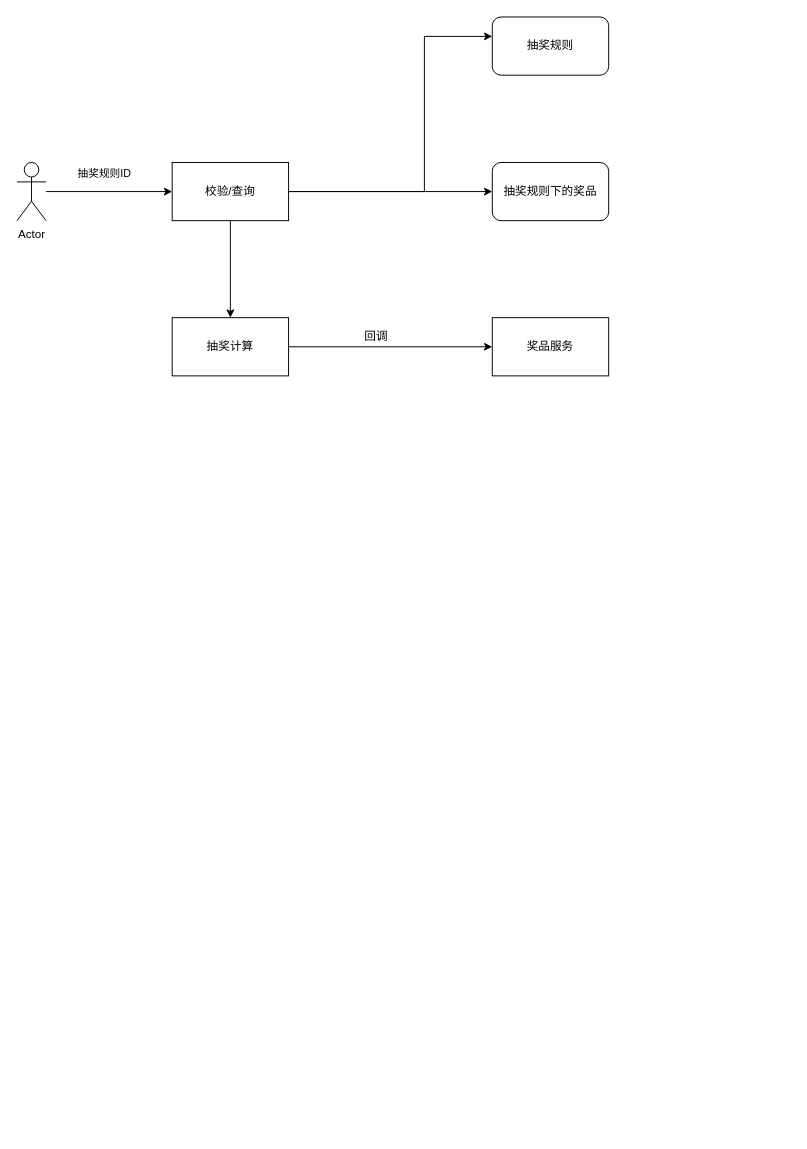
The draw.io diagram Untitled Diagram.drawio in YangJuly/FigureBed, before the edit. Source tidied: cells renumbered, new cells numbered last; positions are measured from the earlier drawing's top-left corner, leaving out a move shared by most shapes. Both pictures are drawn from the tidied source at 97%, with x=0, y=0 at pixel (16, 16).
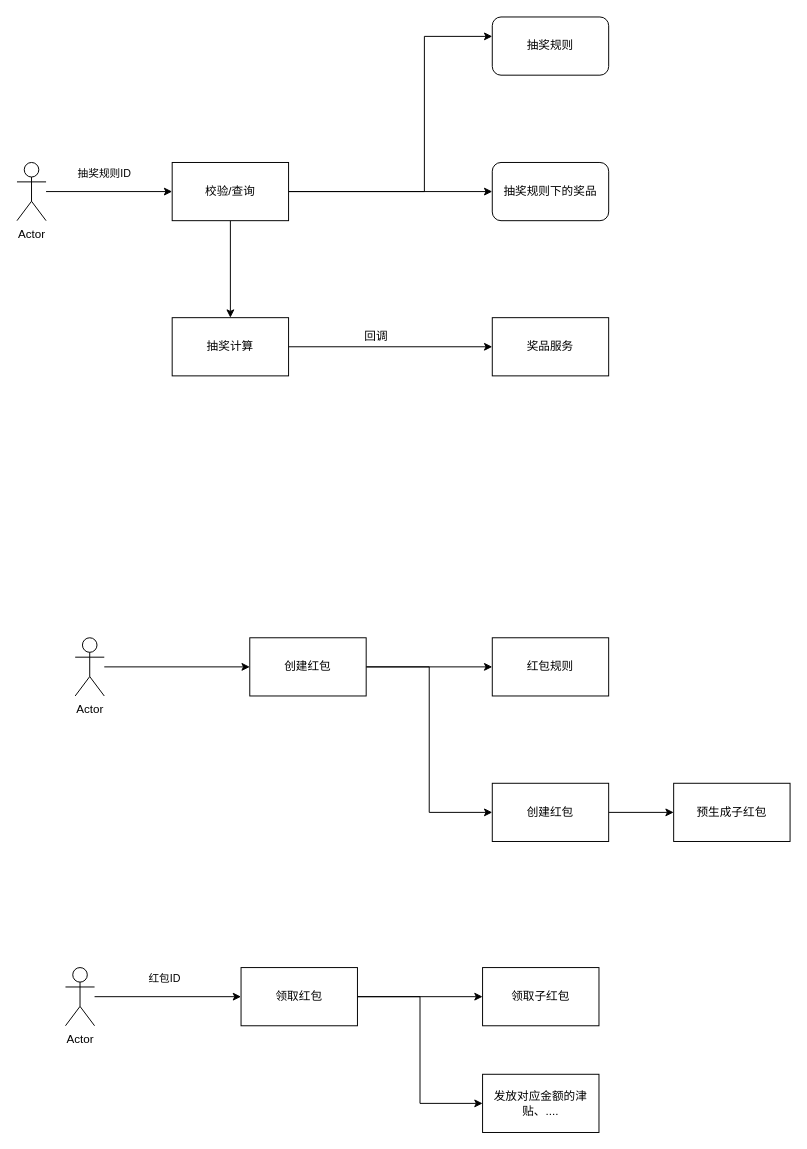
The same page after the edit.

What changed in the source:
```diff
@@
+    <mxCell id="15" style="edgeStyle=orthogonalEdgeStyle;rounded=0;jettySize=auto;html=1;" parent="1" edge="1" source="17" target="18">
+      <mxGeometry relative="1" as="geometry" />
+    </mxCell>
+    <mxCell id="16" style="edgeStyle=orthogonalEdgeStyle;rounded=0;jettySize=auto;html=1;entryX=0;entryY=0.5;entryDx=0;entryDy=0;" parent="1" edge="1" source="17" target="28">
+      <mxGeometry relative="1" as="geometry" />
+    </mxCell>
+    <mxCell id="17" value="创建红包" style="rounded=0;whiteSpace=wrap;html=1;" parent="1" vertex="1">
+      <mxGeometry x="240" y="640" width="120" height="60" as="geometry" />
+    </mxCell>
+    <mxCell id="18" value="红包规则" style="rounded=0;whiteSpace=wrap;html=1;" parent="1" vertex="1">
+      <mxGeometry x="490" y="640" width="120" height="60" as="geometry" />
+    </mxCell>
+    <mxCell id="19" style="edgeStyle=orthogonalEdgeStyle;rounded=0;jettySize=auto;html=1;" parent="1" edge="1" source="20" target="17">
+      <mxGeometry relative="1" as="geometry" />
+    </mxCell>
+    <mxCell id="20" value="Actor" style="shape=umlActor;verticalLabelPosition=bottom;verticalAlign=top;html=1;outlineConnect=0;" parent="1" vertex="1">
+      <mxGeometry x="60" y="640" width="30" height="60" as="geometry" />
+    </mxCell>
+    <mxCell id="21" style="edgeStyle=orthogonalEdgeStyle;rounded=0;jettySize=auto;html=1;" parent="1" edge="1" source="23" target="29">
+      <mxGeometry relative="1" as="geometry" />
+    </mxCell>
+    <mxCell id="22" style="edgeStyle=orthogonalEdgeStyle;rounded=0;jettySize=auto;html=1;entryX=0;entryY=0.5;entryDx=0;entryDy=0;" parent="1" edge="1" source="23" target="30">
+      <mxGeometry relative="1" as="geometry" />
+    </mxCell>
+    <mxCell id="23" value="领取红包" style="rounded=0;whiteSpace=wrap;html=1;" parent="1" vertex="1">
+      <mxGeometry x="231" y="980" width="120" height="60" as="geometry" />
+    </mxCell>
+    <mxCell id="24" style="edgeStyle=orthogonalEdgeStyle;rounded=0;jettySize=auto;html=1;entryX=0;entryY=0.5;entryDx=0;entryDy=0;" parent="1" edge="1" source="26" target="23">
+      <mxGeometry relative="1" as="geometry" />
+    </mxCell>
+    <mxCell id="25" value="红包ID" style="edgeLabel;html=1;align=center;verticalAlign=middle;" parent="24" vertex="1">
+      <mxGeometry x="-0.12" y="5" relative="1" as="geometry">
+        <mxPoint x="5.1" y="-15" as="offset" />
+      </mxGeometry>
+    </mxCell>
+    <mxCell id="26" value="Actor" style="shape=umlActor;verticalLabelPosition=bottom;verticalAlign=top;html=1;outlineConnect=0;" parent="1" vertex="1">
+      <mxGeometry x="50" y="980" width="30" height="60" as="geometry" />
+    </mxCell>
+    <mxCell id="27" style="edgeStyle=orthogonalEdgeStyle;rounded=0;jettySize=auto;html=1;" parent="1" edge="1" source="28" target="31">
+      <mxGeometry relative="1" as="geometry" />
+    </mxCell>
+    <mxCell id="28" value="创建红包" style="rounded=0;whiteSpace=wrap;html=1;" parent="1" vertex="1">
+      <mxGeometry x="490" y="790" width="120" height="60" as="geometry" />
+    </mxCell>
+    <mxCell id="29" value="领取子红包" style="rounded=0;whiteSpace=wrap;html=1;" parent="1" vertex="1">
+      <mxGeometry x="480" y="980" width="120" height="60" as="geometry" />
+    </mxCell>
+    <mxCell id="30" value="发放对应金额的津贴、...." style="rounded=0;whiteSpace=wrap;html=1;" parent="1" vertex="1">
+      <mxGeometry x="480" y="1090" width="120" height="60" as="geometry" />
+    </mxCell>
+    <mxCell id="31" value="预生成子红包" style="rounded=0;whiteSpace=wrap;html=1;" parent="1" vertex="1">
+      <mxGeometry x="677" y="790" width="120" height="60" as="geometry" />
+    </mxCell>
```
